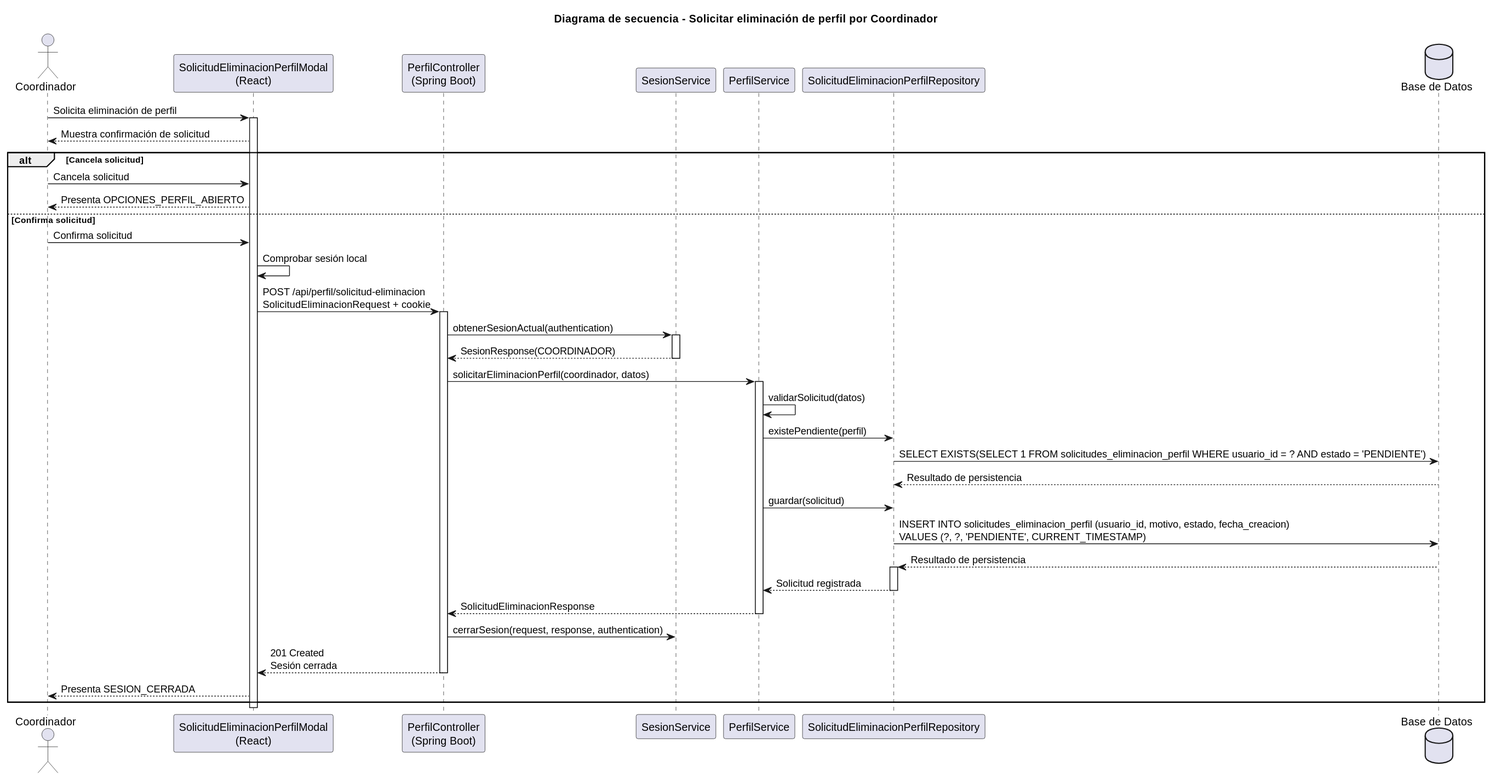
Above: images/RUP/02-diseño/casos-uso/coordinador/solicitarEliminacionPerfil/secuencia.svg in beatriizorozco/25-26-idsw2-sdVC (PlantUML), before the change.
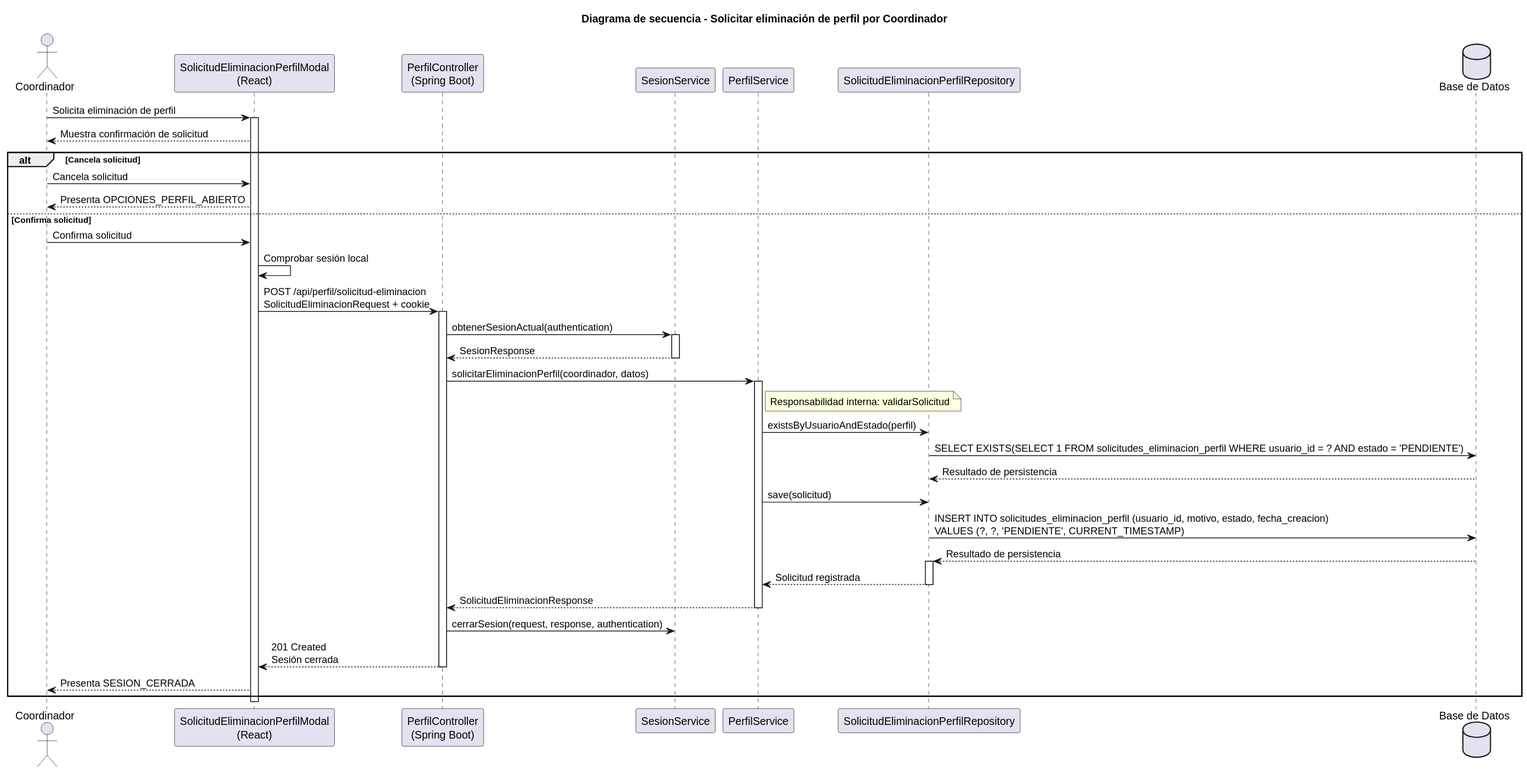
The same diagram one commit later.

Diff of the diagram source:
```diff
@@ -22,15 +22,15 @@
     activate Api
     Api -> Sesion: obtenerSesionActual(authentication)
     activate Sesion
-    Sesion --> Api: SesionResponse(COORDINADOR)
+    Sesion --> Api: SesionResponse
     deactivate Sesion
     Api -> PerfilService: solicitarEliminacionPerfil(coordinador, datos)
     activate PerfilService
-    PerfilService -> PerfilService: validarSolicitud(datos)
-    PerfilService -> SolicitudRepository: existePendiente(perfil)
+note right of PerfilService: Responsabilidad interna: validarSolicitud
+    PerfilService -> SolicitudRepository: existsByUsuarioAndEstado(perfil)
     SolicitudRepository -> DB: SELECT EXISTS(SELECT 1 FROM solicitudes_eliminacion_perfil WHERE usuario_id = ? AND estado = 'PENDIENTE')
     DB --> SolicitudRepository: Resultado de persistencia
-    PerfilService -> SolicitudRepository: guardar(solicitud)
+    PerfilService -> SolicitudRepository: save(solicitud)
     SolicitudRepository -> DB: INSERT INTO solicitudes_eliminacion_perfil (usuario_id, motivo, estado, fecha_creacion)\nVALUES (?, ?, 'PENDIENTE', CURRENT_TIMESTAMP)
     DB --> SolicitudRepository: Resultado de persistencia
     activate SolicitudRepository
```
